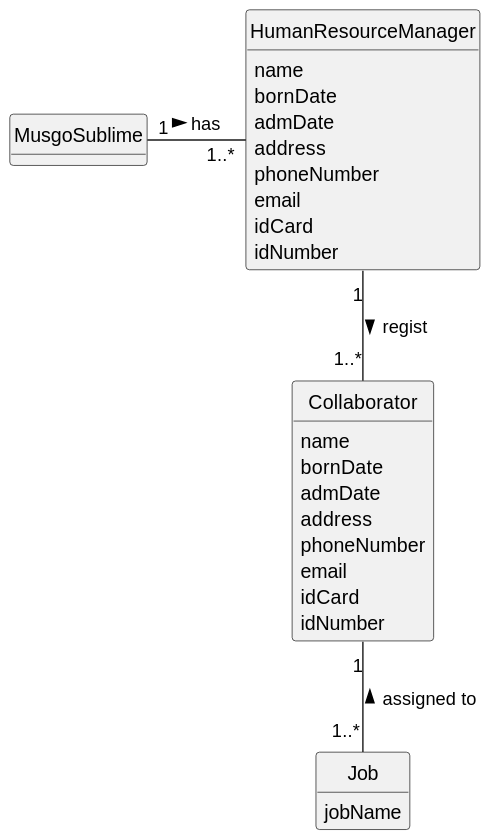
Earlier version of the PlantUML export docs/sprintA/us003/02.analysis/svg/us003-domain-model.svg (1231360-ISEP/lei-24-s2-1db-g021). The source it was exported from:
```plantuml
@startuml
skinparam monochrome true
skinparam packageStyle rectangle
skinparam shadowing false

skinparam classAttributeIconSize 0

hide circle
hide methods

class MusgoSublime {
}

class HumanResourceManager {
    name
    bornDate
    admDate
    address
    phoneNumber
    email
    idCard
    idNumber
}

class Collaborator {
    name
    bornDate
    admDate
    address
    phoneNumber
    email
    idCard
    idNumber
}

class Job {
    jobName
}

MusgoSublime "1" - "1..*" HumanResourceManager: has >
HumanResourceManager "1" -- "1..*" Collaborator : regist >
Collaborator "1" -- "1..*" Job : assigned to <
@enduml
```
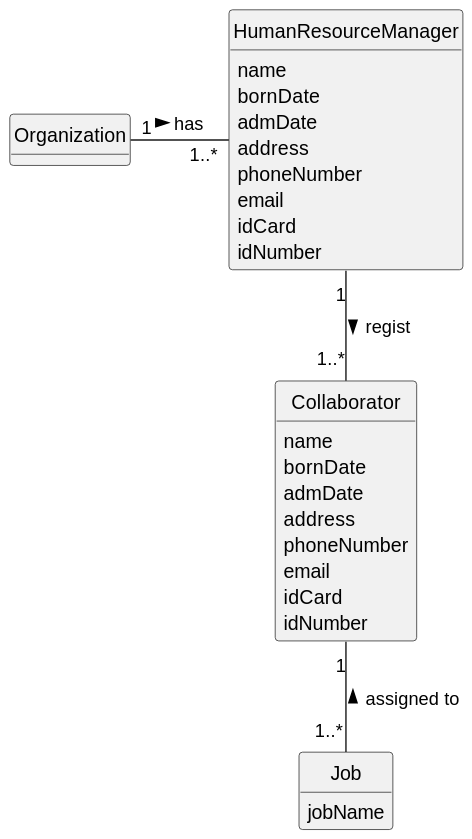
The same file after the commit.

Commit message:
Update US domain model and SVG

Diff of the diagram source:
```diff
@@ -8,7 +8,7 @@
 hide circle
 hide methods
 
-class MusgoSublime {
+class Organization {
 }
 
 class HumanResourceManager {
@@ -37,7 +37,7 @@
     jobName
 }
 
-MusgoSublime "1" - "1..*" HumanResourceManager: has >
+Organization "1" - "1..*" HumanResourceManager: has >
 HumanResourceManager "1" -- "1..*" Collaborator : regist >
 Collaborator "1" -- "1..*" Job : assigned to <
 @enduml
```
